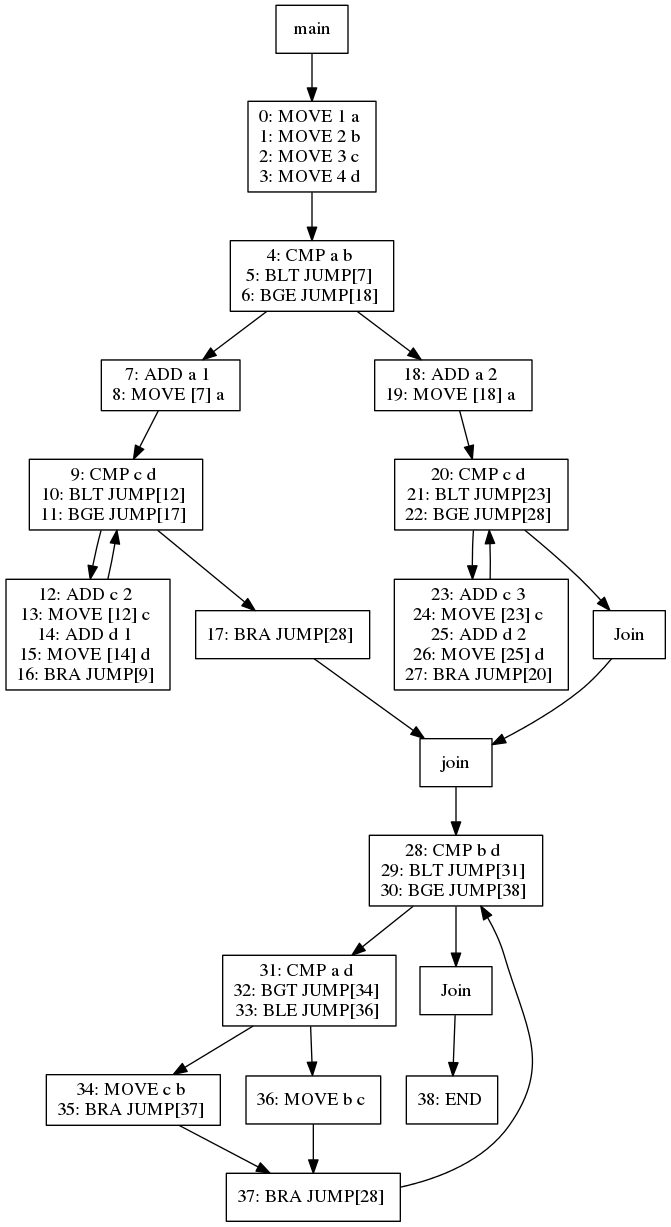
Before: viz/test011.dot.png, a diagram exported from Graphviz (jiahanwang/PL241-Compiler). Its source is kept beside it as viz/test011.dot.
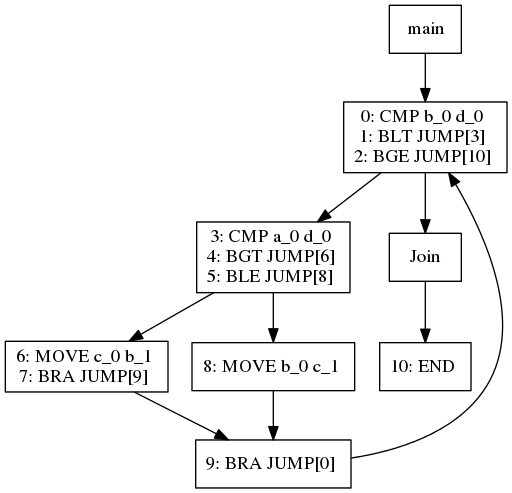
Later version of the same file.

Change to the diagram source:
```diff
@@ -1,84 +1,31 @@
 digraph test011 {
 node [shape=box]
-174[label="main"]
-174 -> 176
-176[label="0: MOVE 1 a
-1: MOVE 2 b
-2: MOVE 3 c
-3: MOVE 4 d
+1[label="main"]
+1 -> 3
+3[label="0: CMP b_0 d_0
+1: BLT JUMP[3]
+2: BGE JUMP[10]
 "]
-176 -> 180
-180[label="4: CMP a b
-5: BLT JUMP[7]
-6: BGE JUMP[18]
+3 -> 5
+5[label="3: CMP a_0 d_0
+4: BGT JUMP[6]
+5: BLE JUMP[8]
 "]
-180 -> 182
-182[label="7: ADD a 1
-8: MOVE [7] a
+5 -> 7
+7[label="6: MOVE c_0 b_1
+7: BRA JUMP[9]
 "]
-182 -> 183
-183[label="9: CMP c d
-10: BLT JUMP[12]
-11: BGE JUMP[17]
+7 -> 6
+6[label="9: BRA JUMP[0]
 "]
-183 -> 185
-185[label="12: ADD c 2
-13: MOVE [12] c
-14: ADD d 1
-15: MOVE [14] d
-16: BRA JUMP[9]
+6 -> 3
+5 -> 8
+8[label="8: MOVE b_0 c_1
 "]
-185 -> 183
-183 -> 184
-184[label="17: BRA JUMP[28]
+8 -> 6
+3 -> 4
+4[label="Join"]
+4 -> 9
+9[label="10: END
 "]
-184 -> 181
-181[label="join"]
-181 -> 192
-192[label="28: CMP b d
-29: BLT JUMP[31]
-30: BGE JUMP[38]
-"]
-192 -> 194
-194[label="31: CMP a d
-32: BGT JUMP[34]
-33: BLE JUMP[36]
-"]
-194 -> 196
-196[label="34: MOVE c b
-35: BRA JUMP[37]
-"]
-196 -> 195
-195[label="37: BRA JUMP[28]
-"]
-195 -> 192
-194 -> 197
-197[label="36: MOVE b c
-"]
-197 -> 195
-192 -> 193
-193[label="Join"]
-193 -> 198
-198[label="38: END
-"]
-180 -> 187
-187[label="18: ADD a 2
-19: MOVE [18] a
-"]
-187 -> 188
-188[label="20: CMP c d
-21: BLT JUMP[23]
-22: BGE JUMP[28]
-"]
-188 -> 190
-190[label="23: ADD c 3
-24: MOVE [23] c
-25: ADD d 2
-26: MOVE [25] d
-27: BRA JUMP[20]
-"]
-190 -> 188
-188 -> 189
-189[label="Join"]
-189 -> 181
 }
```
